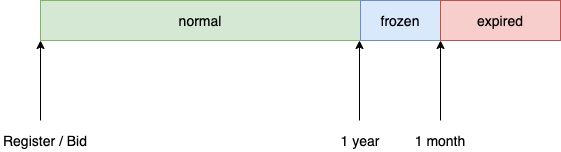
The draw.io diagram docs/en/DAS-account-lifecycle.png in dotbitHQ/did-contracts, before a commit. Source tidied: cells renumbered, new cells last; positions are measured from the earlier drawing's top-left corner, leaving out a move shared by most shapes.
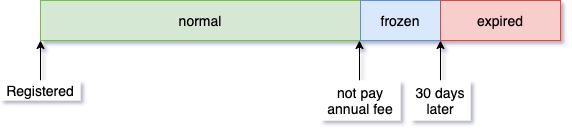
Later version of the same file.

Diff of the diagram source:
```diff
@@ -13,29 +13,29 @@
     </mxCell>
     <mxCell id="5" style="endArrow=classic;html=1;fontSize=14;entryX=0;entryY=1;entryDx=0;entryDy=0;" parent="1" edge="1" target="2">
       <mxGeometry relative="1" as="geometry">
-        <mxPoint x="40" y="120" as="sourcePoint" />
+        <mxPoint x="40" y="80" as="sourcePoint" />
       </mxGeometry>
     </mxCell>
-    <mxCell id="6" value="Register / Bid" style="text;html=1;strokeColor=none;fillColor=none;align=center;verticalAlign=middle;whiteSpace=wrap;rounded=0;fontSize=14;" parent="1" vertex="1">
-      <mxGeometry y="130" width="90" height="20" as="geometry" />
+    <mxCell id="6" value="Registered" style="text;html=1;align=center;verticalAlign=middle;whiteSpace=wrap;rounded=0;fontSize=14;fillColor=#ffffff;" parent="1" vertex="1">
+      <mxGeometry y="80" width="80" height="20" as="geometry" />
     </mxCell>
     <mxCell id="7" style="endArrow=classic;html=1;fontSize=14;entryX=0;entryY=1;entryDx=0;entryDy=0;" parent="1" edge="1">
       <mxGeometry relative="1" as="geometry">
-        <mxPoint x="359" y="120" as="sourcePoint" />
+        <mxPoint x="359" y="80" as="sourcePoint" />
         <mxPoint x="359" y="40" as="targetPoint" />
       </mxGeometry>
     </mxCell>
-    <mxCell id="8" value="1 year" style="text;html=1;strokeColor=none;fillColor=none;align=center;verticalAlign=middle;whiteSpace=wrap;rounded=0;fontSize=14;" parent="1" vertex="1">
-      <mxGeometry x="335" y="130" width="50" height="20" as="geometry" />
+    <mxCell id="8" value="&lt;span style=&quot;text-align: left;&quot;&gt;not pay annual fee&lt;/span&gt;" style="text;html=1;align=center;verticalAlign=middle;whiteSpace=wrap;rounded=0;fontSize=14;fillColor=#ffffff;" parent="1" vertex="1">
+      <mxGeometry x="320" y="80" width="80" height="40" as="geometry" />
     </mxCell>
     <mxCell id="9" style="endArrow=classic;html=1;fontSize=14;entryX=0;entryY=1;entryDx=0;entryDy=0;" parent="1" edge="1">
       <mxGeometry relative="1" as="geometry">
-        <mxPoint x="440" y="120" as="sourcePoint" />
+        <mxPoint x="440" y="80" as="sourcePoint" />
         <mxPoint x="440" y="40" as="targetPoint" />
       </mxGeometry>
     </mxCell>
-    <mxCell id="10" value="1 month" style="text;html=1;strokeColor=none;fillColor=none;align=center;verticalAlign=middle;whiteSpace=wrap;rounded=0;fontSize=14;" parent="1" vertex="1">
-      <mxGeometry x="400" y="130" width="80" height="20" as="geometry" />
+    <mxCell id="10" value="30 days later" style="text;html=1;align=center;verticalAlign=middle;whiteSpace=wrap;rounded=0;fontSize=14;fillColor=#ffffff;" parent="1" vertex="1">
+      <mxGeometry x="410" y="80" width="60" height="40" as="geometry" />
     </mxCell>
   </root>
 </mxGraphModel>
```
